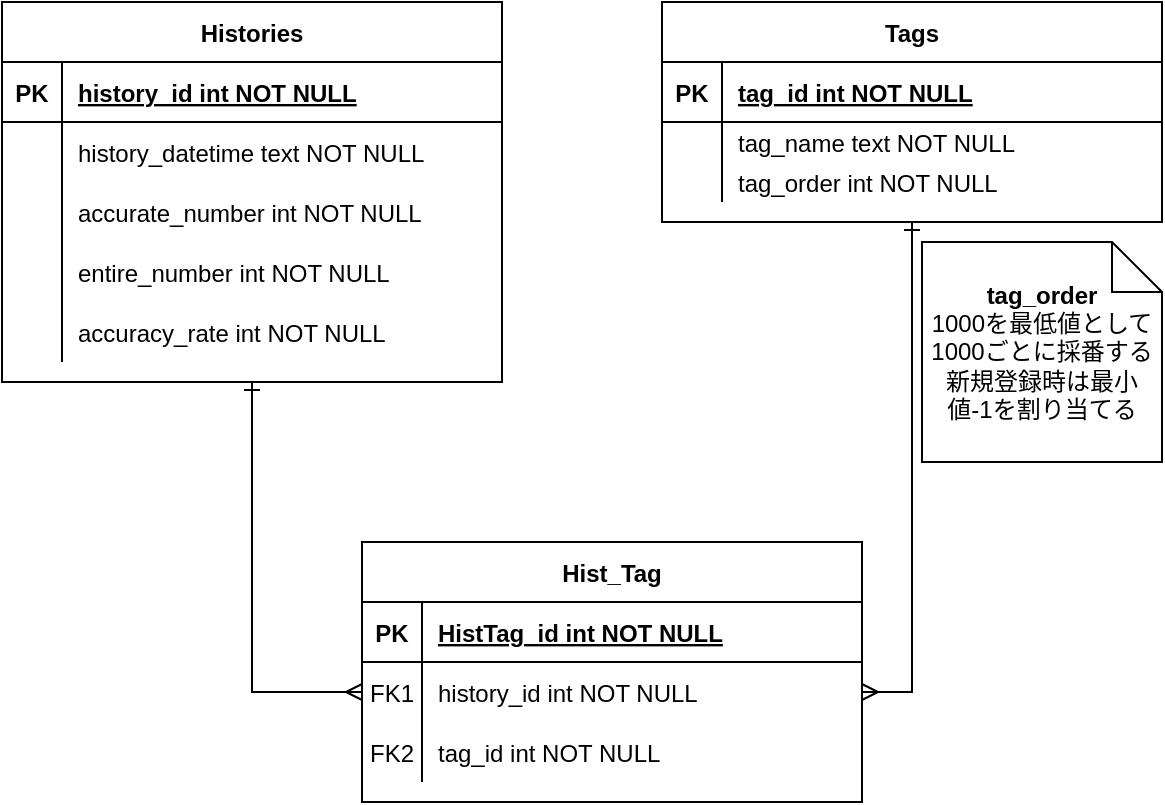
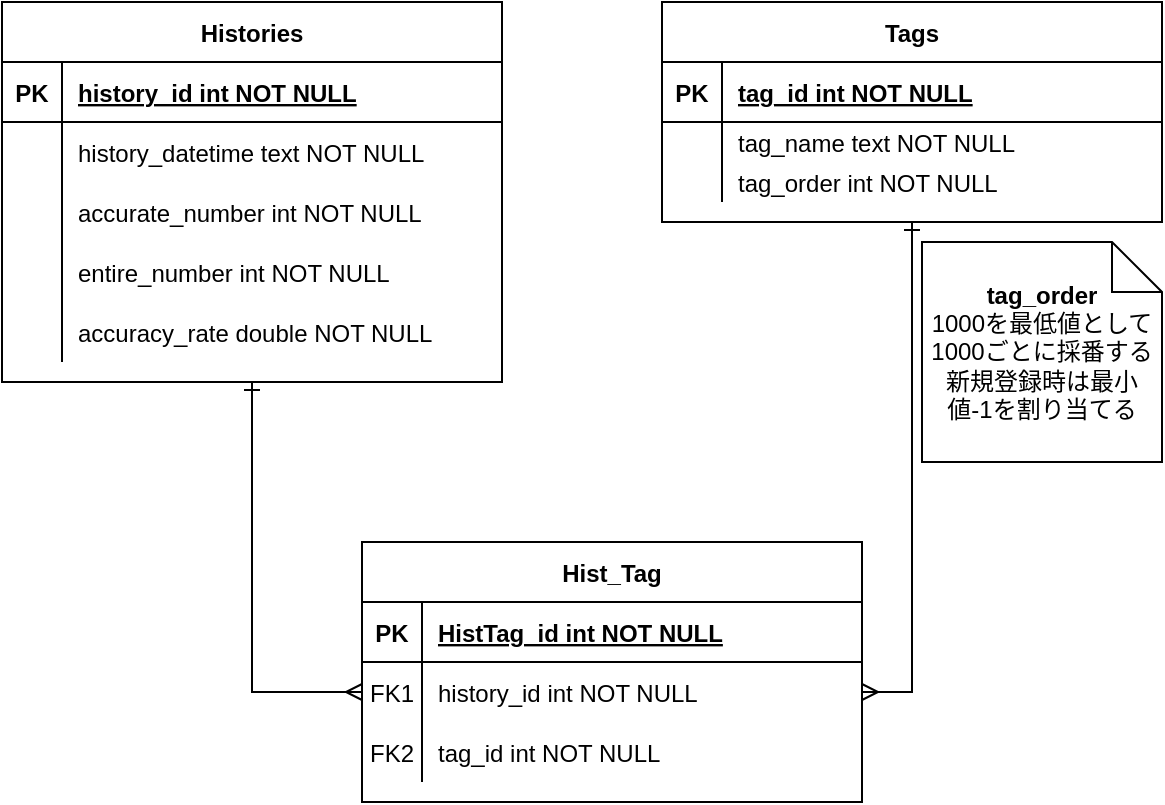
- <mxfile host="app.diagrams.net" modified="2024-10-16T01:36:27.915Z" agent="Mozilla/5.0 (Windows NT 10.0; Win64; x64) AppleWebKit/537.36 (KHTML, like Gecko) Chrome/129.0.0.0 Safari/537.36" etag="QhHwagqbfzRcv-8Xsq7_" version="24.7.1" type="device">
+ <mxfile host="app.diagrams.net" agent="Mozilla/5.0 (Windows NT 10.0; Win64; x64) AppleWebKit/537.36 (KHTML, like Gecko) Chrome/129.0.0.0 Safari/537.36" version="24.7.17">
  <diagram id="R2lEEEUBdFMjLlhIrx00" name="Page-1">
    <mxGraphModel dx="1434" dy="772" grid="1" gridSize="10" guides="1" tooltips="1" connect="1" arrows="1" fold="1" page="1" pageScale="1" pageWidth="850" pageHeight="1100" background="#FFFFFF" math="0" shadow="0" extFonts="Permanent Marker^https://fonts.googleapis.com/css?family=Permanent+Marker">
      <root>
        <mxCell id="0" />
        <mxCell id="1" parent="0" />
        <mxCell id="C-vyLk0tnHw3VtMMgP7b-2" value="Tags" style="shape=table;startSize=30;container=1;collapsible=1;childLayout=tableLayout;fixedRows=1;rowLines=0;fontStyle=1;align=center;resizeLast=1;" parent="1" vertex="1">
          <mxGeometry x="330" width="250" height="110" as="geometry" />
        </mxCell>
        <mxCell id="C-vyLk0tnHw3VtMMgP7b-3" value="" style="shape=partialRectangle;collapsible=0;dropTarget=0;pointerEvents=0;fillColor=none;points=[[0,0.5],[1,0.5]];portConstraint=eastwest;top=0;left=0;right=0;bottom=1;" parent="C-vyLk0tnHw3VtMMgP7b-2" vertex="1">
          <mxGeometry y="30" width="250" height="30" as="geometry" />
        </mxCell>
        <mxCell id="C-vyLk0tnHw3VtMMgP7b-4" value="PK" style="shape=partialRectangle;overflow=hidden;connectable=0;fillColor=none;top=0;left=0;bottom=0;right=0;fontStyle=1;" parent="C-vyLk0tnHw3VtMMgP7b-3" vertex="1">
          <mxGeometry width="30" height="30" as="geometry">
            <mxRectangle width="30" height="30" as="alternateBounds" />
          </mxGeometry>
        </mxCell>
        <mxCell id="C-vyLk0tnHw3VtMMgP7b-5" value="tag_id int NOT NULL " style="shape=partialRectangle;overflow=hidden;connectable=0;fillColor=none;top=0;left=0;bottom=0;right=0;align=left;spacingLeft=6;fontStyle=5;" parent="C-vyLk0tnHw3VtMMgP7b-3" vertex="1">
          <mxGeometry x="30" width="220" height="30" as="geometry">
            <mxRectangle width="220" height="30" as="alternateBounds" />
          </mxGeometry>
        </mxCell>
        <mxCell id="C-vyLk0tnHw3VtMMgP7b-6" value="" style="shape=partialRectangle;collapsible=0;dropTarget=0;pointerEvents=0;fillColor=none;points=[[0,0.5],[1,0.5]];portConstraint=eastwest;top=0;left=0;right=0;bottom=0;" parent="C-vyLk0tnHw3VtMMgP7b-2" vertex="1">
          <mxGeometry y="60" width="250" height="20" as="geometry" />
        </mxCell>
        <mxCell id="C-vyLk0tnHw3VtMMgP7b-7" value="" style="shape=partialRectangle;overflow=hidden;connectable=0;fillColor=none;top=0;left=0;bottom=0;right=0;" parent="C-vyLk0tnHw3VtMMgP7b-6" vertex="1">
          <mxGeometry width="30" height="20" as="geometry">
            <mxRectangle width="30" height="20" as="alternateBounds" />
          </mxGeometry>
        </mxCell>
        <mxCell id="C-vyLk0tnHw3VtMMgP7b-8" value="tag_name text NOT NULL" style="shape=partialRectangle;overflow=hidden;connectable=0;fillColor=none;top=0;left=0;bottom=0;right=0;align=left;spacingLeft=6;" parent="C-vyLk0tnHw3VtMMgP7b-6" vertex="1">
          <mxGeometry x="30" width="220" height="20" as="geometry">
            <mxRectangle width="220" height="20" as="alternateBounds" />
          </mxGeometry>
        </mxCell>
        <mxCell id="uX9CyFeno2kXJm7CUo4n-1" value="" style="shape=partialRectangle;collapsible=0;dropTarget=0;pointerEvents=0;fillColor=none;points=[[0,0.5],[1,0.5]];portConstraint=eastwest;top=0;left=0;right=0;bottom=0;" parent="C-vyLk0tnHw3VtMMgP7b-2" vertex="1">
          <mxGeometry y="80" width="250" height="20" as="geometry" />
        </mxCell>
        <mxCell id="uX9CyFeno2kXJm7CUo4n-2" value="" style="shape=partialRectangle;overflow=hidden;connectable=0;fillColor=none;top=0;left=0;bottom=0;right=0;" parent="uX9CyFeno2kXJm7CUo4n-1" vertex="1">
          <mxGeometry width="30" height="20" as="geometry">
            <mxRectangle width="30" height="20" as="alternateBounds" />
          </mxGeometry>
        </mxCell>
        <mxCell id="uX9CyFeno2kXJm7CUo4n-3" value="tag_order int NOT NULL" style="shape=partialRectangle;overflow=hidden;connectable=0;fillColor=none;top=0;left=0;bottom=0;right=0;align=left;spacingLeft=6;" parent="uX9CyFeno2kXJm7CUo4n-1" vertex="1">
          <mxGeometry x="30" width="220" height="20" as="geometry">
            <mxRectangle width="220" height="20" as="alternateBounds" />
          </mxGeometry>
        </mxCell>
        <mxCell id="C-vyLk0tnHw3VtMMgP7b-13" value="Hist_Tag" style="shape=table;startSize=30;container=1;collapsible=1;childLayout=tableLayout;fixedRows=1;rowLines=0;fontStyle=1;align=center;resizeLast=1;" parent="1" vertex="1">
          <mxGeometry x="180" y="270" width="250" height="130" as="geometry" />
        </mxCell>
        <mxCell id="C-vyLk0tnHw3VtMMgP7b-14" value="" style="shape=partialRectangle;collapsible=0;dropTarget=0;pointerEvents=0;fillColor=none;points=[[0,0.5],[1,0.5]];portConstraint=eastwest;top=0;left=0;right=0;bottom=1;" parent="C-vyLk0tnHw3VtMMgP7b-13" vertex="1">
          <mxGeometry y="30" width="250" height="30" as="geometry" />
        </mxCell>
        <mxCell id="C-vyLk0tnHw3VtMMgP7b-15" value="PK" style="shape=partialRectangle;overflow=hidden;connectable=0;fillColor=none;top=0;left=0;bottom=0;right=0;fontStyle=1;" parent="C-vyLk0tnHw3VtMMgP7b-14" vertex="1">
          <mxGeometry width="30" height="30" as="geometry">
            <mxRectangle width="30" height="30" as="alternateBounds" />
          </mxGeometry>
        </mxCell>
        <mxCell id="C-vyLk0tnHw3VtMMgP7b-16" value="HistTag_id int NOT NULL " style="shape=partialRectangle;overflow=hidden;connectable=0;fillColor=none;top=0;left=0;bottom=0;right=0;align=left;spacingLeft=6;fontStyle=5;" parent="C-vyLk0tnHw3VtMMgP7b-14" vertex="1">
          <mxGeometry x="30" width="220" height="30" as="geometry">
            <mxRectangle width="220" height="30" as="alternateBounds" />
          </mxGeometry>
        </mxCell>
        <mxCell id="C-vyLk0tnHw3VtMMgP7b-17" value="" style="shape=partialRectangle;collapsible=0;dropTarget=0;pointerEvents=0;fillColor=none;points=[[0,0.5],[1,0.5]];portConstraint=eastwest;top=0;left=0;right=0;bottom=0;" parent="C-vyLk0tnHw3VtMMgP7b-13" vertex="1">
          <mxGeometry y="60" width="250" height="30" as="geometry" />
        </mxCell>
        <mxCell id="C-vyLk0tnHw3VtMMgP7b-18" value="FK1" style="shape=partialRectangle;overflow=hidden;connectable=0;fillColor=none;top=0;left=0;bottom=0;right=0;" parent="C-vyLk0tnHw3VtMMgP7b-17" vertex="1">
          <mxGeometry width="30" height="30" as="geometry">
            <mxRectangle width="30" height="30" as="alternateBounds" />
          </mxGeometry>
        </mxCell>
        <mxCell id="C-vyLk0tnHw3VtMMgP7b-19" value="history_id int NOT NULL" style="shape=partialRectangle;overflow=hidden;connectable=0;fillColor=none;top=0;left=0;bottom=0;right=0;align=left;spacingLeft=6;" parent="C-vyLk0tnHw3VtMMgP7b-17" vertex="1">
          <mxGeometry x="30" width="220" height="30" as="geometry">
            <mxRectangle width="220" height="30" as="alternateBounds" />
          </mxGeometry>
        </mxCell>
        <mxCell id="C-vyLk0tnHw3VtMMgP7b-20" value="" style="shape=partialRectangle;collapsible=0;dropTarget=0;pointerEvents=0;fillColor=none;points=[[0,0.5],[1,0.5]];portConstraint=eastwest;top=0;left=0;right=0;bottom=0;" parent="C-vyLk0tnHw3VtMMgP7b-13" vertex="1">
          <mxGeometry y="90" width="250" height="30" as="geometry" />
        </mxCell>
        <mxCell id="C-vyLk0tnHw3VtMMgP7b-21" value="FK2" style="shape=partialRectangle;overflow=hidden;connectable=0;fillColor=none;top=0;left=0;bottom=0;right=0;" parent="C-vyLk0tnHw3VtMMgP7b-20" vertex="1">
          <mxGeometry width="30" height="30" as="geometry">
            <mxRectangle width="30" height="30" as="alternateBounds" />
          </mxGeometry>
        </mxCell>
        <mxCell id="C-vyLk0tnHw3VtMMgP7b-22" value="tag_id int NOT NULL" style="shape=partialRectangle;overflow=hidden;connectable=0;fillColor=none;top=0;left=0;bottom=0;right=0;align=left;spacingLeft=6;" parent="C-vyLk0tnHw3VtMMgP7b-20" vertex="1">
          <mxGeometry x="30" width="220" height="30" as="geometry">
            <mxRectangle width="220" height="30" as="alternateBounds" />
          </mxGeometry>
        </mxCell>
        <mxCell id="vyyHN-wlgOPrNykon7IR-17" style="edgeStyle=orthogonalEdgeStyle;rounded=0;orthogonalLoop=1;jettySize=auto;html=1;entryX=0;entryY=0.5;entryDx=0;entryDy=0;strokeWidth=1;startArrow=ERone;startFill=0;endArrow=ERmany;endFill=0;" parent="1" source="C-vyLk0tnHw3VtMMgP7b-23" target="C-vyLk0tnHw3VtMMgP7b-17" edge="1">
          <mxGeometry relative="1" as="geometry" />
        </mxCell>
        <mxCell id="C-vyLk0tnHw3VtMMgP7b-23" value="Histories" style="shape=table;startSize=30;container=1;collapsible=1;childLayout=tableLayout;fixedRows=1;rowLines=0;fontStyle=1;align=center;resizeLast=1;" parent="1" vertex="1">
          <mxGeometry width="250" height="190" as="geometry" />
        </mxCell>
        <mxCell id="C-vyLk0tnHw3VtMMgP7b-24" value="" style="shape=partialRectangle;collapsible=0;dropTarget=0;pointerEvents=0;fillColor=none;points=[[0,0.5],[1,0.5]];portConstraint=eastwest;top=0;left=0;right=0;bottom=1;" parent="C-vyLk0tnHw3VtMMgP7b-23" vertex="1">
          <mxGeometry y="30" width="250" height="30" as="geometry" />
        </mxCell>
        <mxCell id="C-vyLk0tnHw3VtMMgP7b-25" value="PK" style="shape=partialRectangle;overflow=hidden;connectable=0;fillColor=none;top=0;left=0;bottom=0;right=0;fontStyle=1;" parent="C-vyLk0tnHw3VtMMgP7b-24" vertex="1">
          <mxGeometry width="30" height="30" as="geometry">
            <mxRectangle width="30" height="30" as="alternateBounds" />
          </mxGeometry>
        </mxCell>
        <mxCell id="C-vyLk0tnHw3VtMMgP7b-26" value="history_id int NOT NULL " style="shape=partialRectangle;overflow=hidden;connectable=0;fillColor=none;top=0;left=0;bottom=0;right=0;align=left;spacingLeft=6;fontStyle=5;" parent="C-vyLk0tnHw3VtMMgP7b-24" vertex="1">
          <mxGeometry x="30" width="220" height="30" as="geometry">
            <mxRectangle width="220" height="30" as="alternateBounds" />
          </mxGeometry>
        </mxCell>
        <mxCell id="C-vyLk0tnHw3VtMMgP7b-27" value="" style="shape=partialRectangle;collapsible=0;dropTarget=0;pointerEvents=0;fillColor=none;points=[[0,0.5],[1,0.5]];portConstraint=eastwest;top=0;left=0;right=0;bottom=0;" parent="C-vyLk0tnHw3VtMMgP7b-23" vertex="1">
          <mxGeometry y="60" width="250" height="30" as="geometry" />
        </mxCell>
        <mxCell id="C-vyLk0tnHw3VtMMgP7b-28" value="" style="shape=partialRectangle;overflow=hidden;connectable=0;fillColor=none;top=0;left=0;bottom=0;right=0;" parent="C-vyLk0tnHw3VtMMgP7b-27" vertex="1">
          <mxGeometry width="30" height="30" as="geometry">
            <mxRectangle width="30" height="30" as="alternateBounds" />
          </mxGeometry>
        </mxCell>
        <mxCell id="C-vyLk0tnHw3VtMMgP7b-29" value="history_datetime text NOT NULL" style="shape=partialRectangle;overflow=hidden;connectable=0;fillColor=none;top=0;left=0;bottom=0;right=0;align=left;spacingLeft=6;" parent="C-vyLk0tnHw3VtMMgP7b-27" vertex="1">
          <mxGeometry x="30" width="220" height="30" as="geometry">
            <mxRectangle width="220" height="30" as="alternateBounds" />
          </mxGeometry>
        </mxCell>
        <mxCell id="vyyHN-wlgOPrNykon7IR-9" value="" style="shape=partialRectangle;collapsible=0;dropTarget=0;pointerEvents=0;fillColor=none;points=[[0,0.5],[1,0.5]];portConstraint=eastwest;top=0;left=0;right=0;bottom=0;" parent="C-vyLk0tnHw3VtMMgP7b-23" vertex="1">
          <mxGeometry y="90" width="250" height="30" as="geometry" />
        </mxCell>
        <mxCell id="vyyHN-wlgOPrNykon7IR-10" value="" style="shape=partialRectangle;overflow=hidden;connectable=0;fillColor=none;top=0;left=0;bottom=0;right=0;" parent="vyyHN-wlgOPrNykon7IR-9" vertex="1">
          <mxGeometry width="30" height="30" as="geometry">
            <mxRectangle width="30" height="30" as="alternateBounds" />
          </mxGeometry>
        </mxCell>
        <mxCell id="vyyHN-wlgOPrNykon7IR-11" value="accurate_number int NOT NULL" style="shape=partialRectangle;overflow=hidden;connectable=0;fillColor=none;top=0;left=0;bottom=0;right=0;align=left;spacingLeft=6;" parent="vyyHN-wlgOPrNykon7IR-9" vertex="1">
          <mxGeometry x="30" width="220" height="30" as="geometry">
            <mxRectangle width="220" height="30" as="alternateBounds" />
          </mxGeometry>
        </mxCell>
        <mxCell id="vyyHN-wlgOPrNykon7IR-12" value="" style="shape=partialRectangle;collapsible=0;dropTarget=0;pointerEvents=0;fillColor=none;points=[[0,0.5],[1,0.5]];portConstraint=eastwest;top=0;left=0;right=0;bottom=0;" parent="C-vyLk0tnHw3VtMMgP7b-23" vertex="1">
          <mxGeometry y="120" width="250" height="30" as="geometry" />
        </mxCell>
        <mxCell id="vyyHN-wlgOPrNykon7IR-13" value="" style="shape=partialRectangle;overflow=hidden;connectable=0;fillColor=none;top=0;left=0;bottom=0;right=0;" parent="vyyHN-wlgOPrNykon7IR-12" vertex="1">
          <mxGeometry width="30" height="30" as="geometry">
            <mxRectangle width="30" height="30" as="alternateBounds" />
          </mxGeometry>
        </mxCell>
        <mxCell id="vyyHN-wlgOPrNykon7IR-14" value="entire_number int NOT NULL" style="shape=partialRectangle;overflow=hidden;connectable=0;fillColor=none;top=0;left=0;bottom=0;right=0;align=left;spacingLeft=6;" parent="vyyHN-wlgOPrNykon7IR-12" vertex="1">
          <mxGeometry x="30" width="220" height="30" as="geometry">
            <mxRectangle width="220" height="30" as="alternateBounds" />
          </mxGeometry>
        </mxCell>
        <mxCell id="uX9CyFeno2kXJm7CUo4n-5" value="" style="shape=partialRectangle;collapsible=0;dropTarget=0;pointerEvents=0;fillColor=none;points=[[0,0.5],[1,0.5]];portConstraint=eastwest;top=0;left=0;right=0;bottom=0;" parent="C-vyLk0tnHw3VtMMgP7b-23" vertex="1">
          <mxGeometry y="150" width="250" height="30" as="geometry" />
        </mxCell>
        <mxCell id="uX9CyFeno2kXJm7CUo4n-6" value="" style="shape=partialRectangle;overflow=hidden;connectable=0;fillColor=none;top=0;left=0;bottom=0;right=0;" parent="uX9CyFeno2kXJm7CUo4n-5" vertex="1">
          <mxGeometry width="30" height="30" as="geometry">
            <mxRectangle width="30" height="30" as="alternateBounds" />
          </mxGeometry>
        </mxCell>
-         <mxCell id="uX9CyFeno2kXJm7CUo4n-7" value="accuracy_rate int NOT NULL" style="shape=partialRectangle;overflow=hidden;connectable=0;fillColor=none;top=0;left=0;bottom=0;right=0;align=left;spacingLeft=6;" parent="uX9CyFeno2kXJm7CUo4n-5" vertex="1">
+         <mxCell id="uX9CyFeno2kXJm7CUo4n-7" value="accuracy_rate double NOT NULL" style="shape=partialRectangle;overflow=hidden;connectable=0;fillColor=none;top=0;left=0;bottom=0;right=0;align=left;spacingLeft=6;" parent="uX9CyFeno2kXJm7CUo4n-5" vertex="1">
          <mxGeometry x="30" width="220" height="30" as="geometry">
            <mxRectangle width="220" height="30" as="alternateBounds" />
          </mxGeometry>
        </mxCell>
        <mxCell id="vyyHN-wlgOPrNykon7IR-18" style="edgeStyle=orthogonalEdgeStyle;rounded=0;orthogonalLoop=1;jettySize=auto;html=1;entryX=0.5;entryY=1;entryDx=0;entryDy=0;endArrow=ERone;endFill=0;startArrow=ERmany;startFill=0;" parent="1" source="C-vyLk0tnHw3VtMMgP7b-17" target="C-vyLk0tnHw3VtMMgP7b-2" edge="1">
          <mxGeometry relative="1" as="geometry" />
        </mxCell>
        <mxCell id="uX9CyFeno2kXJm7CUo4n-4" value="&lt;b&gt;tag_order&lt;/b&gt;&lt;div&gt;1000を最低値として1000ごとに採番する&lt;/div&gt;&lt;div&gt;新規登録時は最小値-1を割り当てる&lt;/div&gt;" style="shape=note2;boundedLbl=1;whiteSpace=wrap;html=1;size=25;verticalAlign=middle;align=center;labelPosition=center;verticalLabelPosition=middle;" parent="1" vertex="1">
          <mxGeometry x="460" y="120" width="120" height="110" as="geometry" />
        </mxCell>
      </root>
    </mxGraphModel>
  </diagram>
</mxfile>
